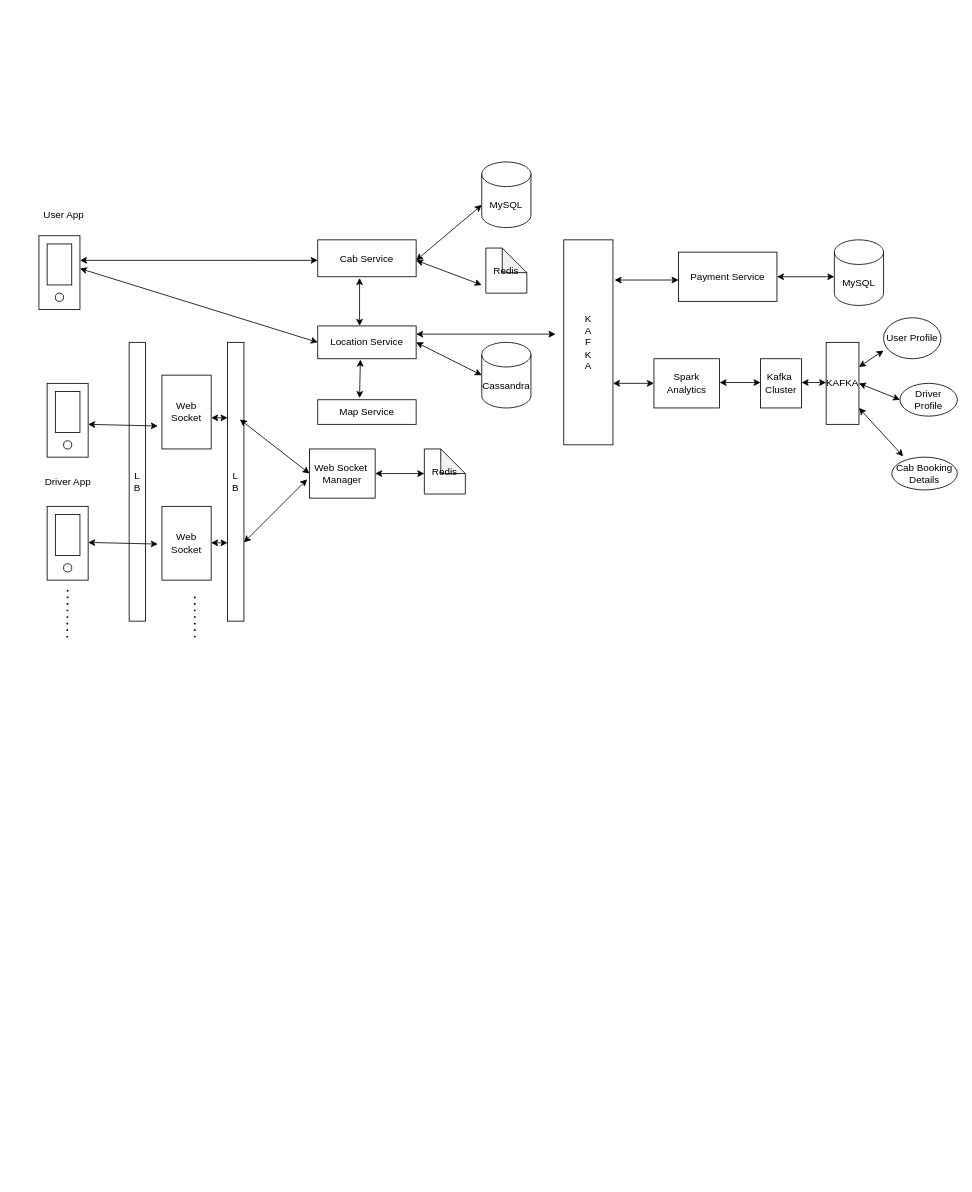
The draw.io diagram onlineProcessing/Uber.drawio in sandeeprgurav/systemDesign, before the edit. Source tidied: cells renumbered, new cells numbered last; positions are measured from the earlier drawing's top-left corner, leaving out a move shared by most shapes. Both pictures are drawn from the tidied source at 82%, with x=0, y=0 at pixel (34, 162).
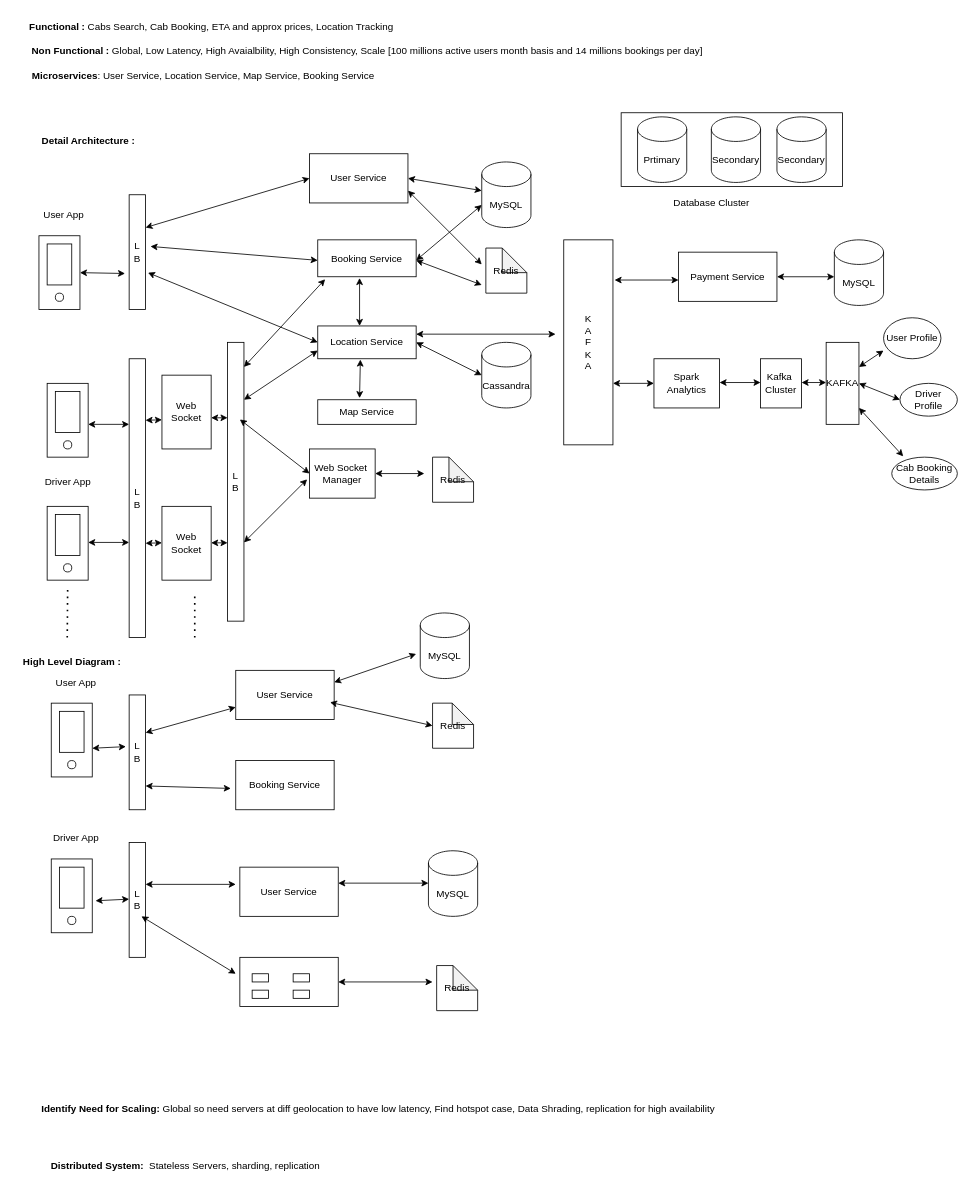
The same diagram, later.

The change refers to these unchanged cells:
```xml
<mxCell id="10" value="Web Socket" style="rounded=0;whiteSpace=wrap;html=1;" parent="1" vertex="1">
  <mxGeometry x="155" y="260" width="60" height="90" as="geometry" />
</mxCell>
<mxCell id="27" value="Location Service" style="rounded=0;whiteSpace=wrap;html=1;" parent="1" vertex="1">
  <mxGeometry x="345" y="200" width="120" height="40" as="geometry" />
</mxCell>
```

The edit, as a diff of the source:
```diff
@@
     <mxCell id="8" value="L&lt;br&gt;B" style="rounded=0;whiteSpace=wrap;html=1;" parent="1" vertex="1">
-      <mxGeometry x="115" y="220" width="20" height="340" as="geometry" />
+      <mxGeometry x="115" y="240" width="20" height="340" as="geometry" />
     </mxCell>
@@
-    <mxCell id="20" style="endArrow=classic;startArrow=classic;html=1;rounded=0;entryX=-0.083;entryY=0.689;entryDx=0;entryDy=0;entryPerimeter=0;" parent="1" edge="1" target="10">
+    <mxCell id="20" style="endArrow=classic;startArrow=classic;html=1;rounded=0;" parent="1" edge="1">
       <mxGeometry relative="1" as="geometry">
         <mxPoint x="65" y="320" as="sourcePoint" />
+        <mxPoint x="115" y="320" as="targetPoint" />
       </mxGeometry>
     </mxCell>
-    <mxCell id="21" style="endArrow=classic;startArrow=classic;html=1;rounded=0;entryX=-0.083;entryY=0.689;entryDx=0;entryDy=0;entryPerimeter=0;" parent="1" edge="1">
+    <mxCell id="21" style="endArrow=classic;startArrow=classic;html=1;rounded=0;" parent="1" edge="1">
       <mxGeometry relative="1" as="geometry">
         <mxPoint x="65" y="464" as="sourcePoint" />
-        <mxPoint x="150" y="466" as="targetPoint" />
+        <mxPoint x="115" y="464" as="targetPoint" />
       </mxGeometry>
     </mxCell>
@@
-    <mxCell id="29" value="Cab Service" style="rounded=0;whiteSpace=wrap;html=1;" parent="1" vertex="1">
+    <mxCell id="29" value="Booking Service" style="rounded=0;whiteSpace=wrap;html=1;" parent="1" vertex="1">
       <mxGeometry x="345" y="95" width="120" height="45" as="geometry" />
     </mxCell>
@@
-    <mxCell id="36" value="Redis" style="shape=note;whiteSpace=wrap;html=1;backgroundOutline=1;darkOpacity=0.05;" parent="1" vertex="1">
-      <mxGeometry x="475" y="350" width="50" height="55" as="geometry" />
+    <mxCell id="36" value="Redis" style="shape=note;whiteSpace=wrap;html=1;backgroundOutline=1;darkOpacity=0.05;size=26;" parent="1" vertex="1">
+      <mxGeometry x="485" y="660" width="50" height="55" as="geometry" />
     </mxCell>
@@
-    <mxCell id="39" style="endArrow=classic;startArrow=classic;html=1;rounded=0;entryX=0;entryY=0.556;entryDx=0;entryDy=0;entryPerimeter=0;" parent="1" edge="1" target="29">
-      <mxGeometry relative="1" as="geometry">
-        <mxPoint x="55" y="120" as="sourcePoint" />
-      </mxGeometry>
+    <mxCell id="39" style="endArrow=classic;startArrow=classic;html=1;rounded=0;entryX=0;entryY=0.556;entryDx=0;entryDy=0;entryPerimeter=0;exitX=1.3;exitY=0.45;exitDx=0;exitDy=0;exitPerimeter=0;" parent="1" edge="1" source="60" target="29">
+      <mxGeometry relative="1" as="geometry" />
     </mxCell>
-    <mxCell id="40" style="endArrow=classic;startArrow=classic;html=1;rounded=0;entryX=0;entryY=0.5;entryDx=0;entryDy=0;" parent="1" edge="1" target="27">
-      <mxGeometry relative="1" as="geometry">
-        <mxPoint x="55" y="130" as="sourcePoint" />
-      </mxGeometry>
+    <mxCell id="40" style="endArrow=classic;startArrow=classic;html=1;rounded=0;entryX=0;entryY=0.5;entryDx=0;entryDy=0;exitX=1.15;exitY=0.679;exitDx=0;exitDy=0;exitPerimeter=0;" parent="1" edge="1" source="60" target="27">
+      <mxGeometry relative="1" as="geometry" />
     </mxCell>
@@
+    <mxCell id="59" value="&lt;b&gt;Functional : &lt;/b&gt;Cabs Search, Cab Booking, ETA and approx prices, Location Tracking" style="text;html=1;align=center;verticalAlign=middle;strokeColor=none;fillColor=none;" parent="1" vertex="1">
+      <mxGeometry x="-20" y="-180" width="470" height="30" as="geometry" />
+    </mxCell>
+    <mxCell id="60" value="L&lt;br&gt;B" style="rounded=0;whiteSpace=wrap;html=1;" parent="1" vertex="1">
+      <mxGeometry x="115" y="40" width="20" height="140" as="geometry" />
+    </mxCell>
+    <mxCell id="61" style="endArrow=classic;startArrow=classic;html=1;rounded=0;entryX=-0.25;entryY=0.686;entryDx=0;entryDy=0;entryPerimeter=0;" parent="1" edge="1" target="60">
+      <mxGeometry relative="1" as="geometry">
+        <mxPoint x="55" y="135" as="sourcePoint" />
+      </mxGeometry>
+    </mxCell>
+    <mxCell id="62" value="User Service" style="rounded=0;whiteSpace=wrap;html=1;" parent="1" vertex="1">
+      <mxGeometry x="335" y="-10" width="120" height="60" as="geometry" />
+    </mxCell>
+    <mxCell id="63" style="endArrow=classic;startArrow=classic;html=1;rounded=0;entryX=0;entryY=0.5;entryDx=0;entryDy=0;" parent="1" edge="1" target="62">
+      <mxGeometry relative="1" as="geometry">
+        <mxPoint x="135" y="80" as="sourcePoint" />
+      </mxGeometry>
+    </mxCell>
+    <mxCell id="64" style="endArrow=classic;startArrow=classic;html=1;rounded=0;entryX=0;entryY=0.5;entryDx=0;entryDy=0;exitX=1;exitY=0.5;exitDx=0;exitDy=0;" parent="1" edge="1" source="62">
+      <mxGeometry relative="1" as="geometry">
+        <mxPoint x="545" y="35" as="targetPoint" />
+      </mxGeometry>
+    </mxCell>
+    <mxCell id="65" style="endArrow=classic;startArrow=classic;html=1;rounded=0;exitX=1;exitY=0.75;exitDx=0;exitDy=0;" parent="1" edge="1" source="62">
+      <mxGeometry relative="1" as="geometry">
+        <mxPoint x="545" y="125" as="targetPoint" />
+      </mxGeometry>
+    </mxCell>
+    <mxCell id="66" style="rounded=0;whiteSpace=wrap;html=1;" parent="1" vertex="1">
+      <mxGeometry x="715" y="-60" width="270" height="90" as="geometry" />
+    </mxCell>
+    <mxCell id="67" value="Prtimary" style="shape=cylinder3;whiteSpace=wrap;html=1;boundedLbl=1;backgroundOutline=1;size=15;" parent="1" vertex="1">
+      <mxGeometry x="735" y="-55" width="60" height="80" as="geometry" />
+    </mxCell>
+    <mxCell id="68" value="Secondary" style="shape=cylinder3;whiteSpace=wrap;html=1;boundedLbl=1;backgroundOutline=1;size=15;" parent="1" vertex="1">
+      <mxGeometry x="825" y="-55" width="60" height="80" as="geometry" />
+    </mxCell>
+    <mxCell id="69" value="Secondary" style="shape=cylinder3;whiteSpace=wrap;html=1;boundedLbl=1;backgroundOutline=1;size=15;" parent="1" vertex="1">
+      <mxGeometry x="905" y="-55" width="60" height="80" as="geometry" />
+    </mxCell>
+    <mxCell id="70" value="Database Cluster" style="text;html=1;align=center;verticalAlign=middle;strokeColor=none;fillColor=none;" parent="1" vertex="1">
+      <mxGeometry x="765" y="35" width="120" height="30" as="geometry" />
+    </mxCell>
+    <mxCell id="71" value="&lt;b&gt;Non Functional :&lt;/b&gt; Global, Low Latency, High Avaialbility, High Consistency, Scale [100 millions active users month basis and 14 millions bookings per day]" style="text;html=1;align=center;verticalAlign=middle;strokeColor=none;fillColor=none;" parent="1" vertex="1">
+      <mxGeometry x="-15" y="-150" width="840" height="30" as="geometry" />
+    </mxCell>
+    <mxCell id="72" value="&lt;b&gt;Microservices&lt;/b&gt;: User Service, Location Service, Map Service, Booking Service" style="text;html=1;align=center;verticalAlign=middle;strokeColor=none;fillColor=none;" parent="1" vertex="1">
+      <mxGeometry x="-15" y="-120" width="440" height="30" as="geometry" />
+    </mxCell>
+    <mxCell id="73" style="endArrow=classic;startArrow=classic;html=1;rounded=0;entryX=0;entryY=0.75;entryDx=0;entryDy=0;" parent="1" edge="1" target="27">
+      <mxGeometry relative="1" as="geometry">
+        <mxPoint x="255" y="290" as="sourcePoint" />
+      </mxGeometry>
+    </mxCell>
+    <mxCell id="74" style="endArrow=classic;startArrow=classic;html=1;rounded=0;entryX=0.075;entryY=1.067;entryDx=0;entryDy=0;entryPerimeter=0;" parent="1" edge="1" target="29">
+      <mxGeometry relative="1" as="geometry">
+        <mxPoint x="255" y="250" as="sourcePoint" />
+      </mxGeometry>
+    </mxCell>
+    <mxCell id="75" style="endArrow=classic;startArrow=classic;html=1;rounded=0;" parent="1" edge="1">
+      <mxGeometry relative="1" as="geometry">
+        <mxPoint x="135" y="315" as="sourcePoint" />
+        <mxPoint x="155" y="314.5" as="targetPoint" />
+      </mxGeometry>
+    </mxCell>
+    <mxCell id="76" style="endArrow=classic;startArrow=classic;html=1;rounded=0;" parent="1" edge="1">
+      <mxGeometry relative="1" as="geometry">
+        <mxPoint x="135" y="465" as="sourcePoint" />
+        <mxPoint x="155" y="464.5" as="targetPoint" />
+      </mxGeometry>
+    </mxCell>
+    <mxCell id="77" value="L&lt;br&gt;B" style="rounded=0;whiteSpace=wrap;html=1;" parent="1" vertex="1">
+      <mxGeometry x="115" y="650" width="20" height="140" as="geometry" />
+    </mxCell>
+    <mxCell id="78" value="L&lt;br&gt;B" style="rounded=0;whiteSpace=wrap;html=1;" parent="1" vertex="1">
+      <mxGeometry x="115" y="830" width="20" height="140" as="geometry" />
+    </mxCell>
+    <mxCell id="79" style="rounded=0;whiteSpace=wrap;html=1;" parent="1" vertex="1">
+      <mxGeometry x="20" y="660" width="50" height="90" as="geometry" />
+    </mxCell>
+    <mxCell id="80" style="rounded=0;whiteSpace=wrap;html=1;" parent="1" vertex="1">
+      <mxGeometry x="30" y="670" width="30" height="50" as="geometry" />
+    </mxCell>
+    <mxCell id="81" value="User App&lt;br&gt;" style="text;html=1;align=center;verticalAlign=middle;strokeColor=none;fillColor=none;" parent="1" vertex="1">
+      <mxGeometry x="15" y="620" width="70" height="30" as="geometry" />
+    </mxCell>
+    <mxCell id="82" style="rounded=0;whiteSpace=wrap;html=1;" parent="1" vertex="1">
+      <mxGeometry x="20" y="850" width="50" height="90" as="geometry" />
+    </mxCell>
+    <mxCell id="83" style="rounded=0;whiteSpace=wrap;html=1;" parent="1" vertex="1">
+      <mxGeometry x="30" y="860" width="30" height="50" as="geometry" />
+    </mxCell>
+    <mxCell id="84" value="Driver App" style="text;html=1;align=center;verticalAlign=middle;strokeColor=none;fillColor=none;" parent="1" vertex="1">
+      <mxGeometry x="10" y="810" width="80" height="30" as="geometry" />
+    </mxCell>
+    <mxCell id="85" style="ellipse;whiteSpace=wrap;html=1;" parent="1" vertex="1">
+      <mxGeometry x="40" y="730" width="10" height="10" as="geometry" />
+    </mxCell>
+    <mxCell id="86" style="ellipse;whiteSpace=wrap;html=1;" parent="1" vertex="1">
+      <mxGeometry x="40" y="920" width="10" height="10" as="geometry" />
+    </mxCell>
+    <mxCell id="87" value="User Service" style="rounded=0;whiteSpace=wrap;html=1;" parent="1" vertex="1">
+      <mxGeometry x="245" y="620" width="120" height="60" as="geometry" />
+    </mxCell>
+    <mxCell id="88" value="Booking Service" style="rounded=0;whiteSpace=wrap;html=1;" parent="1" vertex="1">
+      <mxGeometry x="245" y="730" width="120" height="60" as="geometry" />
+    </mxCell>
+    <mxCell id="89" value="MySQL" style="shape=cylinder3;whiteSpace=wrap;html=1;boundedLbl=1;backgroundOutline=1;size=15;" parent="1" vertex="1">
+      <mxGeometry x="470" y="550" width="60" height="80" as="geometry" />
+    </mxCell>
+    <mxCell id="90" value="Redis" style="shape=note;whiteSpace=wrap;html=1;backgroundOutline=1;darkOpacity=0.05;" parent="1" vertex="1">
+      <mxGeometry x="485" y="360" width="50" height="55" as="geometry" />
+    </mxCell>
+    <mxCell id="91" value="Redis" style="shape=note;whiteSpace=wrap;html=1;backgroundOutline=1;darkOpacity=0.05;" parent="1" vertex="1">
+      <mxGeometry x="490" y="980" width="50" height="55" as="geometry" />
+    </mxCell>
+    <mxCell id="92" value="User Service" style="rounded=0;whiteSpace=wrap;html=1;" parent="1" vertex="1">
+      <mxGeometry x="250" y="860" width="120" height="60" as="geometry" />
+    </mxCell>
+    <mxCell id="93" style="rounded=0;whiteSpace=wrap;html=1;" parent="1" vertex="1">
+      <mxGeometry x="250" y="970" width="120" height="60" as="geometry" />
+    </mxCell>
+    <mxCell id="94" value="MySQL" style="shape=cylinder3;whiteSpace=wrap;html=1;boundedLbl=1;backgroundOutline=1;size=15;" parent="1" vertex="1">
+      <mxGeometry x="480" y="840" width="60" height="80" as="geometry" />
+    </mxCell>
+    <mxCell id="95" style="endArrow=classic;startArrow=classic;html=1;rounded=0;entryX=-0.2;entryY=0.45;entryDx=0;entryDy=0;entryPerimeter=0;" parent="1" edge="1" target="77">
+      <mxGeometry relative="1" as="geometry">
+        <mxPoint x="70" y="715" as="sourcePoint" />
+      </mxGeometry>
+    </mxCell>
+    <mxCell id="96" style="endArrow=classic;startArrow=classic;html=1;rounded=0;entryX=-0.2;entryY=0.45;entryDx=0;entryDy=0;entryPerimeter=0;" parent="1" edge="1">
+      <mxGeometry relative="1" as="geometry">
+        <mxPoint x="74" y="901" as="sourcePoint" />
+        <mxPoint x="115" y="899" as="targetPoint" />
+      </mxGeometry>
+    </mxCell>
+    <mxCell id="97" style="endArrow=classic;startArrow=classic;html=1;rounded=0;entryX=0;entryY=0.75;entryDx=0;entryDy=0;" parent="1" edge="1" target="87">
+      <mxGeometry relative="1" as="geometry">
+        <mxPoint x="135" y="696" as="sourcePoint" />
+      </mxGeometry>
+    </mxCell>
+    <mxCell id="98" style="endArrow=classic;startArrow=classic;html=1;rounded=0;entryX=-0.05;entryY=0.567;entryDx=0;entryDy=0;entryPerimeter=0;" parent="1" edge="1" target="88">
+      <mxGeometry relative="1" as="geometry">
+        <mxPoint x="135" y="761" as="sourcePoint" />
+      </mxGeometry>
+    </mxCell>
+    <mxCell id="99" style="endArrow=classic;startArrow=classic;html=1;rounded=0;" parent="1" edge="1">
+      <mxGeometry relative="1" as="geometry">
+        <mxPoint x="135" y="881" as="sourcePoint" />
+        <mxPoint x="245" y="881" as="targetPoint" />
+      </mxGeometry>
+    </mxCell>
+    <mxCell id="100" style="endArrow=classic;startArrow=classic;html=1;rounded=0;" parent="1" edge="1">
+      <mxGeometry relative="1" as="geometry">
+        <mxPoint x="130" y="920" as="sourcePoint" />
+        <mxPoint x="245" y="990" as="targetPoint" />
+      </mxGeometry>
+    </mxCell>
+    <mxCell id="101" style="rounded=0;whiteSpace=wrap;html=1;" parent="1" vertex="1">
+      <mxGeometry x="265" y="990" width="20" height="10" as="geometry" />
+    </mxCell>
+    <mxCell id="102" style="rounded=0;whiteSpace=wrap;html=1;" parent="1" vertex="1">
+      <mxGeometry x="315" y="990" width="20" height="10" as="geometry" />
+    </mxCell>
+    <mxCell id="103" style="rounded=0;whiteSpace=wrap;html=1;" parent="1" vertex="1">
+      <mxGeometry x="265" y="1010" width="20" height="10" as="geometry" />
+    </mxCell>
+    <mxCell id="104" style="rounded=0;whiteSpace=wrap;html=1;" parent="1" vertex="1">
+      <mxGeometry x="315" y="1010" width="20" height="10" as="geometry" />
+    </mxCell>
+    <mxCell id="105" style="endArrow=classic;startArrow=classic;html=1;rounded=0;" parent="1" edge="1">
+      <mxGeometry relative="1" as="geometry">
+        <mxPoint x="370" y="879.5" as="sourcePoint" />
+        <mxPoint x="480" y="879.5" as="targetPoint" />
+      </mxGeometry>
+    </mxCell>
+    <mxCell id="106" style="endArrow=classic;startArrow=classic;html=1;rounded=0;" parent="1" edge="1">
+      <mxGeometry relative="1" as="geometry">
+        <mxPoint x="365" y="634.5" as="sourcePoint" />
+        <mxPoint x="465" y="600" as="targetPoint" />
+      </mxGeometry>
+    </mxCell>
+    <mxCell id="107" style="endArrow=classic;startArrow=classic;html=1;rounded=0;entryX=0;entryY=0.5;entryDx=0;entryDy=0;entryPerimeter=0;" parent="1" edge="1" target="36">
+      <mxGeometry relative="1" as="geometry">
+        <mxPoint x="360" y="659" as="sourcePoint" />
+      </mxGeometry>
+    </mxCell>
+    <mxCell id="108" style="endArrow=classic;startArrow=classic;html=1;rounded=0;" parent="1" edge="1">
+      <mxGeometry relative="1" as="geometry">
+        <mxPoint x="370" y="1000" as="sourcePoint" />
+        <mxPoint x="485" y="1000" as="targetPoint" />
+      </mxGeometry>
+    </mxCell>
+    <mxCell id="109" value="&lt;b&gt;High Level Diagram :&lt;/b&gt;" style="text;html=1;align=center;verticalAlign=middle;strokeColor=none;fillColor=none;" parent="1" vertex="1">
+      <mxGeometry x="-25" y="595" width="140" height="30" as="geometry" />
+    </mxCell>
+    <mxCell id="110" value="&lt;b&gt;Detail Architecture :&lt;/b&gt;" style="text;html=1;align=center;verticalAlign=middle;strokeColor=none;fillColor=none;" parent="1" vertex="1">
+      <mxGeometry x="-5" y="-40" width="140" height="30" as="geometry" />
+    </mxCell>
+    <mxCell id="111" value="&lt;b&gt;&amp;nbsp; &amp;nbsp;Identify Need for Scaling:&lt;/b&gt; Global so need servers at diff geolocation to have low latency, Find hotspot case, Data Shrading, replication for high availability&amp;nbsp;" style="text;html=1;align=center;verticalAlign=middle;strokeColor=none;fillColor=none;" parent="1" vertex="1">
+      <mxGeometry x="-15" y="1140" width="860" height="30" as="geometry" />
+    </mxCell>
+    <mxCell id="112" value="&lt;b&gt;Distributed System:&lt;/b&gt;&amp;nbsp; Stateless Servers, sharding, replication&amp;nbsp;" style="text;html=1;align=center;verticalAlign=middle;strokeColor=none;fillColor=none;" parent="1" vertex="1">
+      <mxGeometry x="10" y="1210" width="350" height="30" as="geometry" />
+    </mxCell>
```
